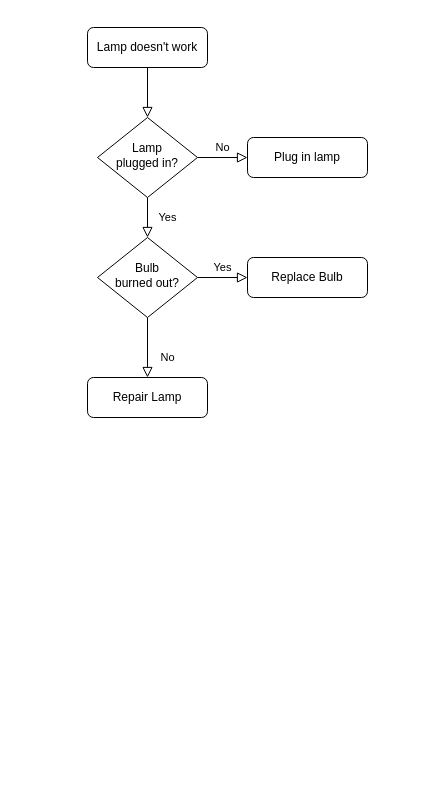
Nero-Zjf/draw.io keeps this draw.io diagram as 未命名绘图.drawio. Above is the earlier version. Source tidied: cells renumbered, new cells numbered last; positions are measured from the earlier drawing's top-left corner, leaving out a move shared by most shapes. Both pictures are drawn from the tidied source at 100%, with x=0, y=0 at pixel (87, 27).
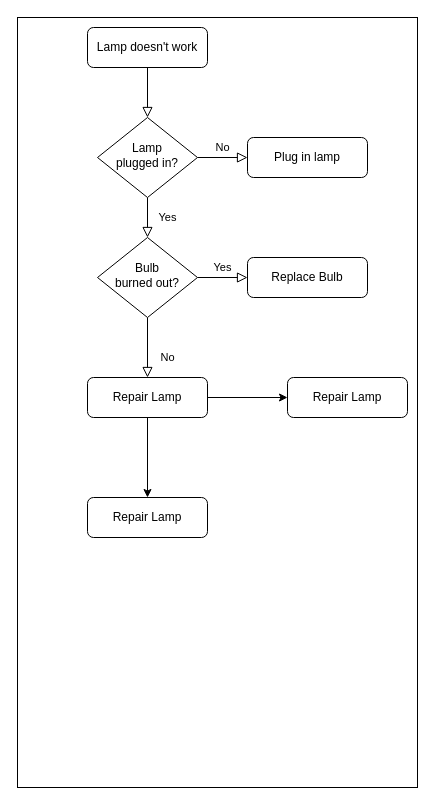
The same page after the edit.

The edit, as a diff of the source:
```diff
@@
 <mxGraphModel>
   <root>
     <mxCell id="0" />
     <mxCell id="1" parent="0" />
+    <mxCell id="13" style="rounded=0;whiteSpace=wrap;html=1;" parent="1" vertex="1">
+      <mxGeometry x="-70" y="-10" width="400" height="770" as="geometry" />
+    </mxCell>
     <mxCell id="2" style="rounded=0;html=1;jettySize=auto;fontSize=11;endArrow=block;endFill=0;endSize=8;strokeWidth=1;shadow=0;labelBackgroundColor=none;edgeStyle=orthogonalEdgeStyle;" parent="1" edge="1" source="3" target="6">
       <mxGeometry relative="1" as="geometry" />
     </mxCell>
     <mxCell id="3" value="Lamp doesn't work" style="rounded=1;whiteSpace=wrap;html=1;fontSize=12;glass=0;strokeWidth=1;shadow=0;" parent="1" vertex="1">
       <mxGeometry width="120" height="40" as="geometry" />
     </mxCell>
     <mxCell id="4" value="Yes" style="rounded=0;html=1;jettySize=auto;fontSize=11;endArrow=block;endFill=0;endSize=8;strokeWidth=1;shadow=0;labelBackgroundColor=none;edgeStyle=orthogonalEdgeStyle;" parent="1" edge="1" source="6" target="10">
       <mxGeometry y="20" relative="1" as="geometry" />
     </mxCell>
     <mxCell id="5" value="No" style="edgeStyle=orthogonalEdgeStyle;rounded=0;html=1;jettySize=auto;fontSize=11;endArrow=block;endFill=0;endSize=8;strokeWidth=1;shadow=0;labelBackgroundColor=none;" parent="1" edge="1" source="6" target="7">
       <mxGeometry y="10" relative="1" as="geometry" />
     </mxCell>
     <mxCell id="6" value="Lamp&lt;br&gt;plugged in?" style="rhombus;whiteSpace=wrap;html=1;shadow=0;fontFamily=Helvetica;fontSize=12;align=center;strokeWidth=1;spacing=6;spacingTop=-4;" parent="1" vertex="1">
       <mxGeometry x="10" y="90" width="100" height="80" as="geometry" />
     </mxCell>
     <mxCell id="7" value="Plug in lamp" style="rounded=1;whiteSpace=wrap;html=1;fontSize=12;glass=0;strokeWidth=1;shadow=0;" parent="1" vertex="1">
       <mxGeometry x="160" y="110" width="120" height="40" as="geometry" />
     </mxCell>
     <mxCell id="8" value="No" style="rounded=0;html=1;jettySize=auto;fontSize=11;endArrow=block;endFill=0;endSize=8;strokeWidth=1;shadow=0;labelBackgroundColor=none;edgeStyle=orthogonalEdgeStyle;" parent="1" edge="1" source="10" target="11">
       <mxGeometry x="0.33" y="20" relative="1" as="geometry" />
     </mxCell>
     <mxCell id="9" value="Yes" style="edgeStyle=orthogonalEdgeStyle;rounded=0;html=1;jettySize=auto;fontSize=11;endArrow=block;endFill=0;endSize=8;strokeWidth=1;shadow=0;labelBackgroundColor=none;" parent="1" edge="1" source="10" target="12">
       <mxGeometry y="10" relative="1" as="geometry" />
     </mxCell>
     <mxCell id="10" value="Bulb&lt;br&gt;burned out?" style="rhombus;whiteSpace=wrap;html=1;shadow=0;fontFamily=Helvetica;fontSize=12;align=center;strokeWidth=1;spacing=6;spacingTop=-4;" parent="1" vertex="1">
       <mxGeometry x="10" y="210" width="100" height="80" as="geometry" />
     </mxCell>
+    <mxCell id="14" style="edgeStyle=orthogonalEdgeStyle;rounded=0;jettySize=auto;html=1;" parent="1" edge="1" source="11" target="17">
+      <mxGeometry relative="1" as="geometry" />
+    </mxCell>
+    <mxCell id="15" style="edgeStyle=orthogonalEdgeStyle;rounded=0;jettySize=auto;html=1;" parent="1" edge="1" source="11" target="16">
+      <mxGeometry relative="1" as="geometry" />
+    </mxCell>
     <mxCell id="11" value="Repair Lamp" style="rounded=1;whiteSpace=wrap;html=1;fontSize=12;glass=0;strokeWidth=1;shadow=0;" parent="1" vertex="1">
       <mxGeometry y="350" width="120" height="40" as="geometry" />
     </mxCell>
+    <mxCell id="16" value="Repair Lamp" style="rounded=1;whiteSpace=wrap;html=1;fontSize=12;glass=0;strokeWidth=1;shadow=0;" parent="1" vertex="1">
+      <mxGeometry y="470" width="120" height="40" as="geometry" />
+    </mxCell>
+    <mxCell id="17" value="Repair Lamp" style="rounded=1;whiteSpace=wrap;html=1;fontSize=12;glass=0;strokeWidth=1;shadow=0;" parent="1" vertex="1">
+      <mxGeometry x="200" y="350" width="120" height="40" as="geometry" />
+    </mxCell>
     <mxCell id="12" value="Replace Bulb" style="rounded=1;whiteSpace=wrap;html=1;fontSize=12;glass=0;strokeWidth=1;shadow=0;" parent="1" vertex="1">
       <mxGeometry x="160" y="230" width="120" height="40" as="geometry" />
     </mxCell>
   </root>
 </mxGraphModel>
```
